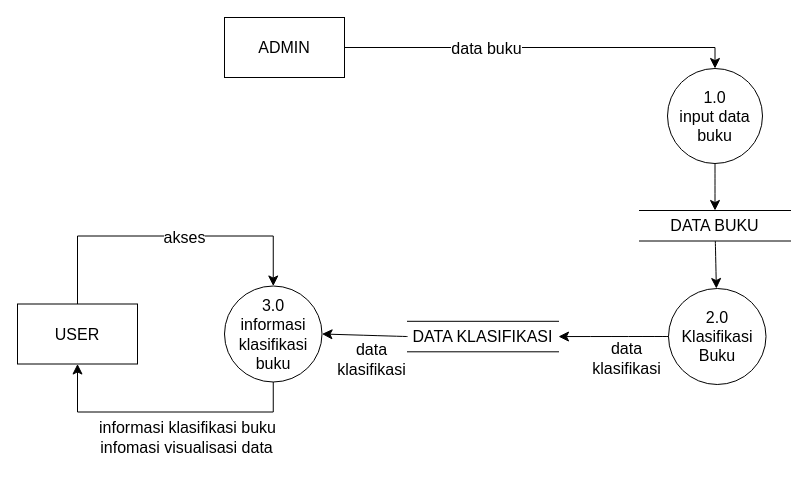
The draw.io diagram page "Halaman-5" (5 of 5) of Diagram Tanpa Judul.drawio in Naufalzaki05/comicu, before the edit. Source tidied: cells renumbered, new cells numbered last; positions are measured from the earlier drawing's top-left corner, leaving out a move shared by most shapes. Both pictures are drawn from the tidied source at 100%, with x=0, y=0 at pixel (17, 17).
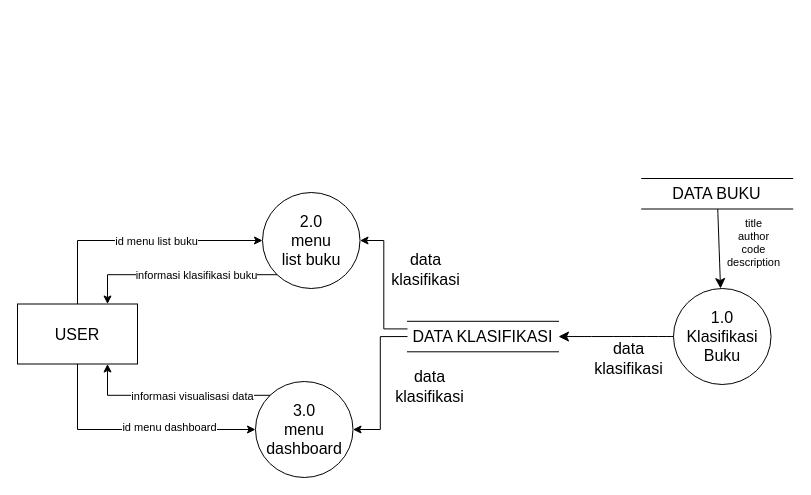
Above is the later version.

The change refers to these unchanged cells:
```xml
<mxCell id="8" value="DATA KLASIFIKASI" style="shape=partialRectangle;whiteSpace=wrap;html=1;left=0;right=0;fillColor=none;fontSize=16;" parent="1" vertex="1">
  <mxGeometry x="390" y="303.8" width="151" height="30.5" as="geometry" />
</mxCell>
<mxCell id="9" style="edgeStyle=none;curved=1;rounded=0;jettySize=auto;html=1;fontSize=12;startSize=8;endSize=8;" parent="1" edge="1" source="10" target="14">
  <mxGeometry relative="1" as="geometry" />
</mxCell>
<mxCell id="11" style="edgeStyle=none;curved=1;rounded=0;jettySize=auto;html=1;exitX=0;exitY=0.5;exitDx=0;exitDy=0;entryX=1;entryY=0.5;entryDx=0;entryDy=0;fontSize=12;startSize=8;endSize=8;" parent="1" edge="1" source="14" target="8">
  <mxGeometry relative="1" as="geometry" />
</mxCell>
<mxCell id="16" value="USER" style="rounded=0;whiteSpace=wrap;html=1;fontSize=16;" parent="1" vertex="1">
  <mxGeometry y="286.5" width="120" height="60" as="geometry" />
</mxCell>
```

The edit, as a diff of the source:
```diff
@@
-    <mxCell id="2" value="ADMIN" style="rounded=0;whiteSpace=wrap;html=1;fontSize=16;" parent="1" vertex="1">
-      <mxGeometry x="207" width="120" height="60" as="geometry" />
-    </mxCell>
-    <mxCell id="3" style="edgeStyle=none;curved=1;rounded=0;jettySize=auto;html=1;exitX=0.5;exitY=1;exitDx=0;exitDy=0;entryX=0.5;entryY=0;entryDx=0;entryDy=0;fontSize=12;startSize=8;endSize=8;" parent="1" edge="1" source="4" target="10">
-      <mxGeometry relative="1" as="geometry" />
-    </mxCell>
-    <mxCell id="4" value="1.0&lt;br&gt;input data buku" style="ellipse;whiteSpace=wrap;html=1;fontSize=16;" parent="1" vertex="1">
-      <mxGeometry x="650" y="51" width="95" height="95" as="geometry" />
-    </mxCell>
-    <mxCell id="5" style="edgeStyle=segmentEdgeStyle;endArrow=classic;html=1;curved=0;rounded=0;endSize=8;startSize=8;fontSize=12;exitX=1;exitY=0.5;exitDx=0;exitDy=0;entryX=0.5;entryY=0;entryDx=0;entryDy=0;" parent="1" edge="1" source="2" target="4">
-      <mxGeometry relative="1" as="geometry" />
-    </mxCell>
-    <mxCell id="6" value="data buku" style="edgeLabel;html=1;align=center;verticalAlign=middle;fontSize=16;" parent="5" vertex="1">
-      <mxGeometry x="-0.27" y="-5" relative="1" as="geometry">
-        <mxPoint x="-2" y="-5" as="offset" />
-      </mxGeometry>
-    </mxCell>
+    <mxCell id="23" style="edgeStyle=orthogonalEdgeStyle;rounded=0;jettySize=auto;html=1;exitX=0;exitY=0.25;exitDx=0;exitDy=0;entryX=1;entryY=0.5;entryDx=0;entryDy=0;" parent="1" edge="1" source="8" target="30">
+      <mxGeometry relative="1" as="geometry" />
+    </mxCell>
-    <mxCell id="7" style="edgeStyle=none;curved=1;rounded=0;jettySize=auto;html=1;exitX=0;exitY=0.5;exitDx=0;exitDy=0;entryX=1;entryY=0.5;entryDx=0;entryDy=0;fontSize=12;startSize=8;endSize=8;" parent="1" edge="1" source="8" target="15">
+    <mxCell id="7" style="edgeStyle=orthogonalEdgeStyle;rounded=0;jettySize=auto;html=1;exitX=0;exitY=0.5;exitDx=0;exitDy=0;entryX=1;entryY=0.5;entryDx=0;entryDy=0;" parent="1" edge="1" source="8" target="15">
       <mxGeometry relative="1" as="geometry" />
     </mxCell>
@@
+    <mxCell id="24" value="&lt;div&gt;title&lt;/div&gt;&lt;div&gt;author&lt;/div&gt;&lt;div&gt;code&lt;/div&gt;&lt;div&gt;description&lt;/div&gt;&lt;div&gt;&lt;br&gt;&lt;/div&gt;" style="edgeLabel;html=1;align=center;verticalAlign=middle;" parent="9" vertex="1">
+      <mxGeometry x="0.18" y="1" relative="1" as="geometry">
+        <mxPoint x="33" y="-7" as="offset" />
+      </mxGeometry>
+    </mxCell>
     <mxCell id="10" value="DATA BUKU" style="shape=partialRectangle;whiteSpace=wrap;html=1;left=0;right=0;fillColor=none;fontSize=16;" parent="1" vertex="1">
-      <mxGeometry x="622" y="193" width="151" height="30.5" as="geometry" />
+      <mxGeometry x="624.2" y="161" width="151" height="30.5" as="geometry" />
     </mxCell>
@@
     <mxCell id="13" value="data &lt;br&gt;klasifikasi" style="edgeLabel;html=1;align=center;verticalAlign=middle;fontSize=16;" parent="11" vertex="1">
       <mxGeometry x="0.24" relative="1" as="geometry">
-        <mxPoint x="-230" y="22" as="offset" />
+        <mxPoint x="-174" y="49" as="offset" />
       </mxGeometry>
     </mxCell>
+    <mxCell id="25" value="data &lt;br&gt;klasifikasi" style="edgeLabel;html=1;align=center;verticalAlign=middle;fontSize=16;" parent="11" vertex="1">
+      <mxGeometry x="0.24" relative="1" as="geometry">
+        <mxPoint x="-178" y="-68" as="offset" />
+      </mxGeometry>
+    </mxCell>
-    <mxCell id="14" value="2.0&lt;br&gt;Klasifikasi&lt;br&gt;Buku" style="ellipse;whiteSpace=wrap;html=1;fontSize=16;fillColor=none;" parent="1" vertex="1">
-      <mxGeometry x="651" y="271" width="97.5" height="96" as="geometry" />
+    <mxCell id="14" value="1.0&lt;br&gt;Klasifikasi&lt;br&gt;Buku" style="ellipse;whiteSpace=wrap;html=1;fontSize=16;fillColor=none;" parent="1" vertex="1">
+      <mxGeometry x="656" y="271" width="97.5" height="96" as="geometry" />
     </mxCell>
+    <mxCell id="19" style="edgeStyle=orthogonalEdgeStyle;rounded=0;jettySize=auto;html=1;exitX=0;exitY=0;exitDx=0;exitDy=0;entryX=0.75;entryY=1;entryDx=0;entryDy=0;" parent="1" edge="1" source="15" target="16">
+      <mxGeometry relative="1" as="geometry" />
+    </mxCell>
-    <mxCell id="15" value="3.0&lt;br&gt;informasi&lt;br&gt;klasifikasi buku" style="ellipse;whiteSpace=wrap;html=1;fontSize=16;fillColor=none;" parent="1" vertex="1">
-      <mxGeometry x="207" y="268.5" width="97.5" height="96" as="geometry" />
+    <mxCell id="15" value="3.0&lt;br&gt;menu&lt;br&gt;dashboard" style="ellipse;whiteSpace=wrap;html=1;fontSize=16;fillColor=none;" parent="1" vertex="1">
+      <mxGeometry x="238" y="364" width="97.5" height="96" as="geometry" />
     </mxCell>
+    <mxCell id="26" style="edgeStyle=orthogonalEdgeStyle;rounded=0;jettySize=auto;html=1;entryX=0;entryY=0.5;entryDx=0;entryDy=0;exitX=0.5;exitY=0;exitDx=0;exitDy=0;" parent="1" edge="1" source="16" target="30">
+      <mxGeometry relative="1" as="geometry" />
+    </mxCell>
+    <mxCell id="27" value="id menu list buku" style="edgeLabel;html=1;align=center;verticalAlign=middle;" parent="26" vertex="1">
+      <mxGeometry x="0.14" relative="1" as="geometry" />
+    </mxCell>
+    <mxCell id="17" style="edgeStyle=orthogonalEdgeStyle;rounded=0;jettySize=auto;html=1;exitX=0.5;exitY=1;exitDx=0;exitDy=0;entryX=0;entryY=0.5;entryDx=0;entryDy=0;" parent="1" edge="1" source="16" target="15">
+      <mxGeometry relative="1" as="geometry" />
+    </mxCell>
+    <mxCell id="28" value="id menu dashboard" style="edgeLabel;html=1;align=center;verticalAlign=middle;" parent="17" vertex="1">
+      <mxGeometry x="0.29" y="3" relative="1" as="geometry" />
+    </mxCell>
@@
-    <mxCell id="17" style="edgeStyle=elbowEdgeStyle;elbow=vertical;endArrow=classic;html=1;curved=0;rounded=0;endSize=8;startSize=8;fontSize=12;exitX=0.5;exitY=0;exitDx=0;exitDy=0;entryX=0.5;entryY=0;entryDx=0;entryDy=0;" parent="1" edge="1" source="16" target="15">
-      <mxGeometry relative="1" as="geometry">
-        <Array as="points">
-          <mxPoint x="161" y="218.5" />
-        </Array>
-      </mxGeometry>
-    </mxCell>
-    <mxCell id="18" value="akses" style="edgeLabel;html=1;align=center;verticalAlign=middle;fontSize=16;" parent="17" vertex="1">
-      <mxGeometry x="0.11" y="-1" relative="1" as="geometry" />
-    </mxCell>
-    <mxCell id="19" style="edgeStyle=elbowEdgeStyle;elbow=horizontal;endArrow=classic;html=1;curved=0;rounded=0;endSize=8;startSize=8;fontSize=12;exitX=0.5;exitY=1;exitDx=0;exitDy=0;entryX=0.5;entryY=1;entryDx=0;entryDy=0;" parent="1" edge="1" source="15" target="16">
-      <mxGeometry relative="1" as="geometry">
-        <Array as="points">
-          <mxPoint x="166" y="394.5" />
-        </Array>
-      </mxGeometry>
-    </mxCell>
+    <mxCell id="22" style="edgeStyle=none;curved=1;rounded=0;orthogonalLoop=1;jettySize=auto;html=1;exitX=0.75;exitY=1;exitDx=0;exitDy=0;fontSize=12;startSize=8;endSize=8;" parent="1" edge="1" source="8" target="8">
+      <mxGeometry relative="1" as="geometry" />
+    </mxCell>
+    <mxCell id="29" style="edgeStyle=orthogonalEdgeStyle;rounded=0;jettySize=auto;html=1;exitX=0;exitY=1;exitDx=0;exitDy=0;entryX=0.75;entryY=0;entryDx=0;entryDy=0;" parent="1" edge="1" source="30" target="16">
+      <mxGeometry relative="1" as="geometry" />
+    </mxCell>
+    <mxCell id="30" value="2.0&lt;br&gt;menu&lt;br&gt;list buku" style="ellipse;whiteSpace=wrap;html=1;fontSize=16;fillColor=none;" parent="1" vertex="1">
+      <mxGeometry x="245" y="175" width="97.5" height="96" as="geometry" />
+    </mxCell>
-    <mxCell id="20" value="informasi klasifikasi buku&lt;br style=&quot;border-color: var(--border-color); font-size: 11px;&quot;&gt;" style="edgeLabel;html=1;align=center;verticalAlign=middle;fontSize=16;" parent="19" vertex="1">
-      <mxGeometry x="-0.2" y="4" relative="1" as="geometry">
-        <mxPoint x="-6" y="11" as="offset" />
-      </mxGeometry>
+    <mxCell id="20" value="informasi klasifikasi buku&lt;br style=&quot;border-color: var(--border-color); font-size: 11px;&quot;&gt;" style="edgeLabel;html=1;align=center;verticalAlign=middle;fontSize=11;" parent="1" vertex="1">
+      <mxGeometry x="178" y="257" as="geometry" />
     </mxCell>
-    <mxCell id="21" value="infomasi visualisasi data" style="edgeLabel;html=1;align=center;verticalAlign=middle;fontSize=16;" parent="19" vertex="1">
-      <mxGeometry x="-0.2" y="4" relative="1" as="geometry">
-        <mxPoint x="-7" y="31" as="offset" />
-      </mxGeometry>
-    </mxCell>
-    <mxCell id="22" style="edgeStyle=none;curved=1;rounded=0;orthogonalLoop=1;jettySize=auto;html=1;exitX=0.75;exitY=1;exitDx=0;exitDy=0;fontSize=12;startSize=8;endSize=8;" parent="1" edge="1" source="8" target="8">
-      <mxGeometry relative="1" as="geometry" />
-    </mxCell>
+    <mxCell id="31" value="informasi visualisasi data" style="edgeLabel;html=1;align=center;verticalAlign=middle;fontSize=11;" parent="1" vertex="1">
+      <mxGeometry x="174" y="378" as="geometry" />
+    </mxCell>
```
